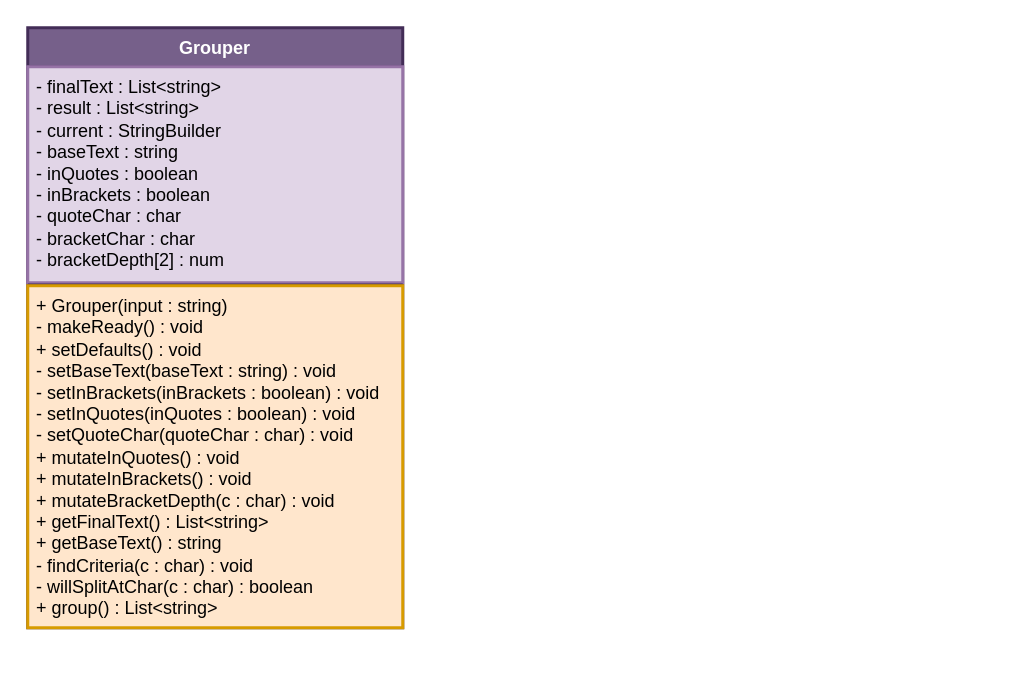
Before: dev/ClassDiagrams.drawio in BroerSakki/PseudoCompiler, a draw.io diagram. Source tidied: cells renumbered, new cells numbered last; positions are measured from the earlier drawing's top-left corner, leaving out a move shared by most shapes. Both pictures are drawn from the tidied source at 150%, with x=0, y=0 at pixel (27, 27).
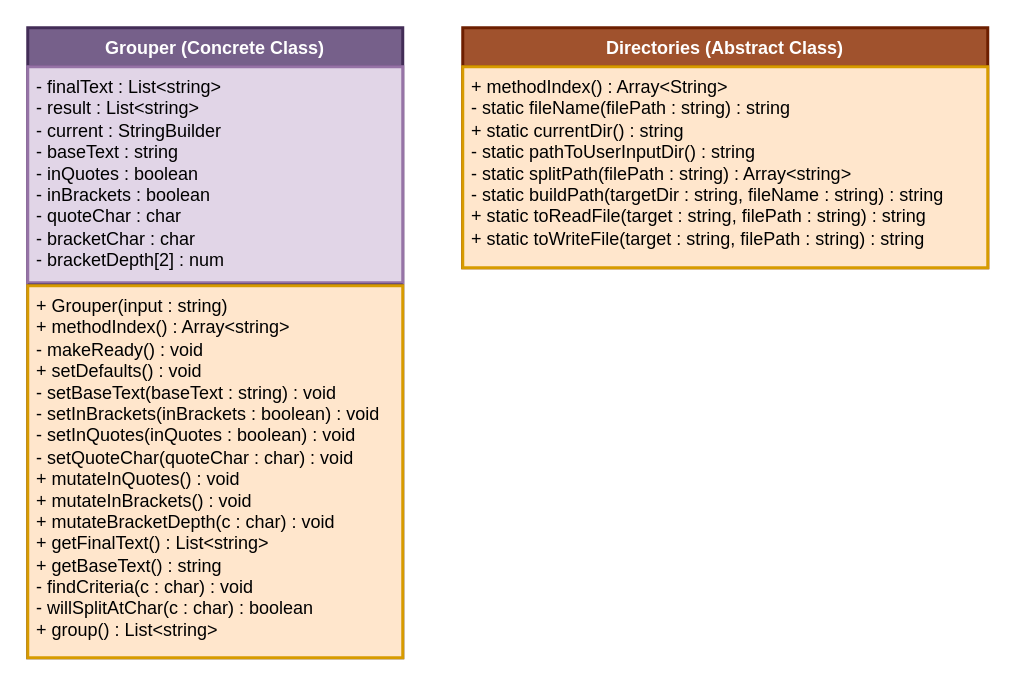
The same diagram, later.

What changed in the source:
```diff
@@
 <mxGraphModel>
   <root>
     <mxCell id="0" />
     <mxCell id="1" parent="0" />
-    <mxCell id="2" value="Grouper" style="swimlane;fontStyle=1;align=center;verticalAlign=top;horizontal=1;startSize=26;whiteSpace=wrap;html=1;fillColor=#76608a;strokeColor=#432D57;fontColor=#ffffff;strokeWidth=2;" parent="1" vertex="1">
-      <mxGeometry width="250" height="400" as="geometry" />
+    <mxCell id="2" value="Grouper (Concrete Class)" style="swimlane;fontStyle=1;align=center;verticalAlign=top;horizontal=1;startSize=26;whiteSpace=wrap;html=1;fillColor=#76608a;strokeColor=#432D57;fontColor=#ffffff;strokeWidth=2;" parent="1" vertex="1">
+      <mxGeometry width="250" height="420" as="geometry" />
     </mxCell>
     <mxCell id="3" value="- finalText : List&amp;lt;string&amp;gt;&lt;div&gt;- result : List&amp;lt;string&amp;gt;&lt;/div&gt;&lt;div&gt;- current : StringBuilder&lt;/div&gt;&lt;div&gt;- baseText : string&lt;/div&gt;&lt;div&gt;- inQuotes : boolean&lt;/div&gt;&lt;div&gt;- inBrackets : boolean&lt;/div&gt;&lt;div&gt;- quoteChar : char&lt;/div&gt;&lt;div&gt;- bracketChar : char&lt;/div&gt;&lt;div&gt;- bracketDepth[2] : num&lt;/div&gt;" style="text;strokeColor=#9673a6;fillColor=#e1d5e7;align=left;verticalAlign=top;spacingLeft=4;spacingRight=4;overflow=hidden;whiteSpace=wrap;html=1;strokeWidth=2;" parent="2" vertex="1">
       <mxGeometry y="26" width="250" height="144" as="geometry" />
     </mxCell>
     <mxCell id="4" style="line;strokeWidth=1;fillColor=none;align=left;verticalAlign=middle;spacingTop=-1;spacingLeft=3;spacingRight=3;labelPosition=right;strokeColor=inherit;" parent="2" vertex="1">
       <mxGeometry y="170" width="250" height="2" as="geometry" />
     </mxCell>
-    <mxCell id="5" value="+ Grouper(input : string)&lt;div&gt;- makeReady() : void&lt;/div&gt;&lt;div&gt;&lt;div&gt;+ setDefaults() : void&lt;/div&gt;&lt;div&gt;- setBaseText(baseText : string) : void&lt;/div&gt;&lt;/div&gt;&lt;div&gt;&lt;span style=&quot;background-color: transparent; color: light-dark(rgb(0, 0, 0), rgb(255, 255, 255));&quot;&gt;- setInBrackets(inBrackets : boolean) : void&lt;/span&gt;&lt;/div&gt;&lt;div&gt;&lt;div&gt;- setInQuotes(inQuotes : boolean) : void&lt;/div&gt;&lt;div&gt;&lt;span style=&quot;background-color: transparent; color: light-dark(rgb(0, 0, 0), rgb(255, 255, 255));&quot;&gt;- setQuoteChar(quoteChar : char) : void&lt;/span&gt;&lt;/div&gt;&lt;div&gt;&lt;span style=&quot;background-color: transparent; color: light-dark(rgb(0, 0, 0), rgb(255, 255, 255));&quot;&gt;+ mutateInQuotes() : void&lt;/span&gt;&lt;/div&gt;&lt;div&gt;+ mutateInBrackets() : void&lt;/div&gt;&lt;div&gt;+ mutateBracketDepth(c : char) : void&lt;/div&gt;&lt;div&gt;+ getFinalText() : List&amp;lt;string&amp;gt;&lt;/div&gt;&lt;/div&gt;&lt;div&gt;+ getBaseText() : string&lt;/div&gt;&lt;div&gt;- findCriteria(c : char) : void&lt;/div&gt;&lt;div&gt;- willSplitAtChar(c : char) : boolean&lt;/div&gt;&lt;div&gt;+ group() : List&amp;lt;string&amp;gt;&lt;/div&gt;" style="text;strokeColor=#d79b00;fillColor=#ffe6cc;align=left;verticalAlign=top;spacingLeft=4;spacingRight=4;overflow=hidden;whiteSpace=wrap;html=1;strokeWidth=2;" parent="2" vertex="1">
-      <mxGeometry y="172" width="250" height="228" as="geometry" />
+    <mxCell id="5" value="+ Grouper(input : string)&lt;div&gt;+ methodIndex() : Array&amp;lt;string&amp;gt;&lt;br&gt;&lt;div&gt;- makeReady() : void&lt;/div&gt;&lt;div&gt;&lt;div&gt;+ setDefaults() : void&lt;/div&gt;&lt;div&gt;- setBaseText(baseText : string) : void&lt;/div&gt;&lt;/div&gt;&lt;div&gt;&lt;span style=&quot;background-color: transparent; color: light-dark(rgb(0, 0, 0), rgb(255, 255, 255));&quot;&gt;- setInBrackets(inBrackets : boolean) : void&lt;/span&gt;&lt;/div&gt;&lt;div&gt;&lt;div&gt;- setInQuotes(inQuotes : boolean) : void&lt;/div&gt;&lt;div&gt;&lt;span style=&quot;background-color: transparent; color: light-dark(rgb(0, 0, 0), rgb(255, 255, 255));&quot;&gt;- setQuoteChar(quoteChar : char) : void&lt;/span&gt;&lt;/div&gt;&lt;div&gt;&lt;span style=&quot;background-color: transparent; color: light-dark(rgb(0, 0, 0), rgb(255, 255, 255));&quot;&gt;+ mutateInQuotes() : void&lt;/span&gt;&lt;/div&gt;&lt;div&gt;+ mutateInBrackets() : void&lt;/div&gt;&lt;div&gt;+ mutateBracketDepth(c : char) : void&lt;/div&gt;&lt;div&gt;+ getFinalText() : List&amp;lt;string&amp;gt;&lt;/div&gt;&lt;/div&gt;&lt;div&gt;+ getBaseText() : string&lt;/div&gt;&lt;div&gt;- findCriteria(c : char) : void&lt;/div&gt;&lt;div&gt;- willSplitAtChar(c : char) : boolean&lt;/div&gt;&lt;div&gt;+ group() : List&amp;lt;string&amp;gt;&lt;/div&gt;&lt;/div&gt;" style="text;strokeColor=#d79b00;fillColor=#ffe6cc;align=left;verticalAlign=top;spacingLeft=4;spacingRight=4;overflow=hidden;whiteSpace=wrap;html=1;strokeWidth=2;" parent="2" vertex="1">
+      <mxGeometry y="172" width="250" height="248" as="geometry" />
     </mxCell>
+    <mxCell id="6" value="Directories (Abstract Class)" style="swimlane;fontStyle=1;align=center;verticalAlign=top;horizontal=1;startSize=26;whiteSpace=wrap;html=1;fillColor=#a0522d;strokeColor=#6D1F00;fontColor=#ffffff;strokeWidth=2;" parent="1" vertex="1">
+      <mxGeometry x="290" width="350" height="160" as="geometry" />
+    </mxCell>
+    <mxCell id="7" value="&lt;div&gt;+ methodIndex() : Array&amp;lt;String&amp;gt;&lt;/div&gt;&lt;div&gt;- static fileName(filePath : string) : string&lt;/div&gt;&lt;div&gt;+ static currentDir() : string&lt;/div&gt;- static pathToUserInputDir() : string&lt;div&gt;- static splitPath(filePath : string) : Array&amp;lt;string&amp;gt;&lt;/div&gt;&lt;div&gt;- static buildPath(targetDir : string, fileName : string) : string&lt;/div&gt;&lt;div&gt;+ static toReadFile(&lt;span style=&quot;background-color: transparent; color: light-dark(rgb(0, 0, 0), rgb(255, 255, 255));&quot;&gt;target : string,&amp;nbsp;&lt;/span&gt;&lt;span style=&quot;background-color: transparent; color: light-dark(rgb(0, 0, 0), rgb(255, 255, 255));&quot;&gt;filePath : string) : string&lt;/span&gt;&lt;/div&gt;&lt;div&gt;+ static toWriteFile(&lt;span style=&quot;background-color: transparent; color: light-dark(rgb(0, 0, 0), rgb(255, 255, 255));&quot;&gt;target : string,&amp;nbsp;&lt;/span&gt;&lt;span style=&quot;background-color: transparent; color: light-dark(rgb(0, 0, 0), rgb(255, 255, 255));&quot;&gt;filePath : string) : string&lt;/span&gt;&lt;/div&gt;" style="text;strokeColor=#d79b00;fillColor=#ffe6cc;align=left;verticalAlign=top;spacingLeft=4;spacingRight=4;overflow=hidden;whiteSpace=wrap;html=1;strokeWidth=2;" parent="6" vertex="1">
+      <mxGeometry y="26" width="350" height="134" as="geometry" />
+    </mxCell>
   </root>
 </mxGraphModel>
```
